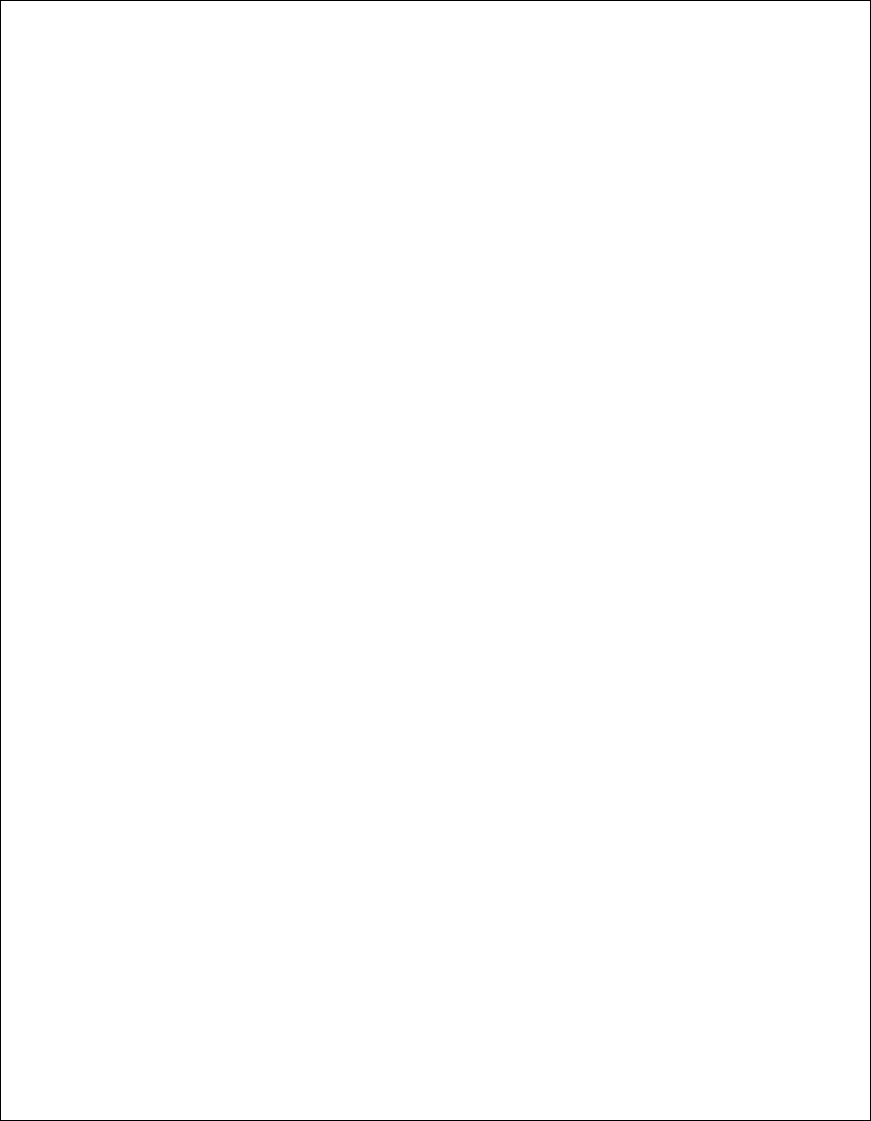
Jemikemi/Inventory-Sys-SENG-302 keeps this draw.io diagram as Diagrams/class-item.drawio.png. Above is the earlier version. Source tidied: cells renumbered, new cells last; positions are measured from the earlier drawing's top-left corner, leaving out a move shared by most shapes. Its diagram source:
```xml
<mxGraphModel>
  <root>
    <mxCell id="0" />
    <mxCell id="1" parent="0" />
    <mxCell id="2" style="rounded=0;whiteSpace=wrap;html=1;" parent="1" vertex="1">
      <mxGeometry width="870" height="1120" as="geometry" />
    </mxCell>
  </root>
</mxGraphModel>
```
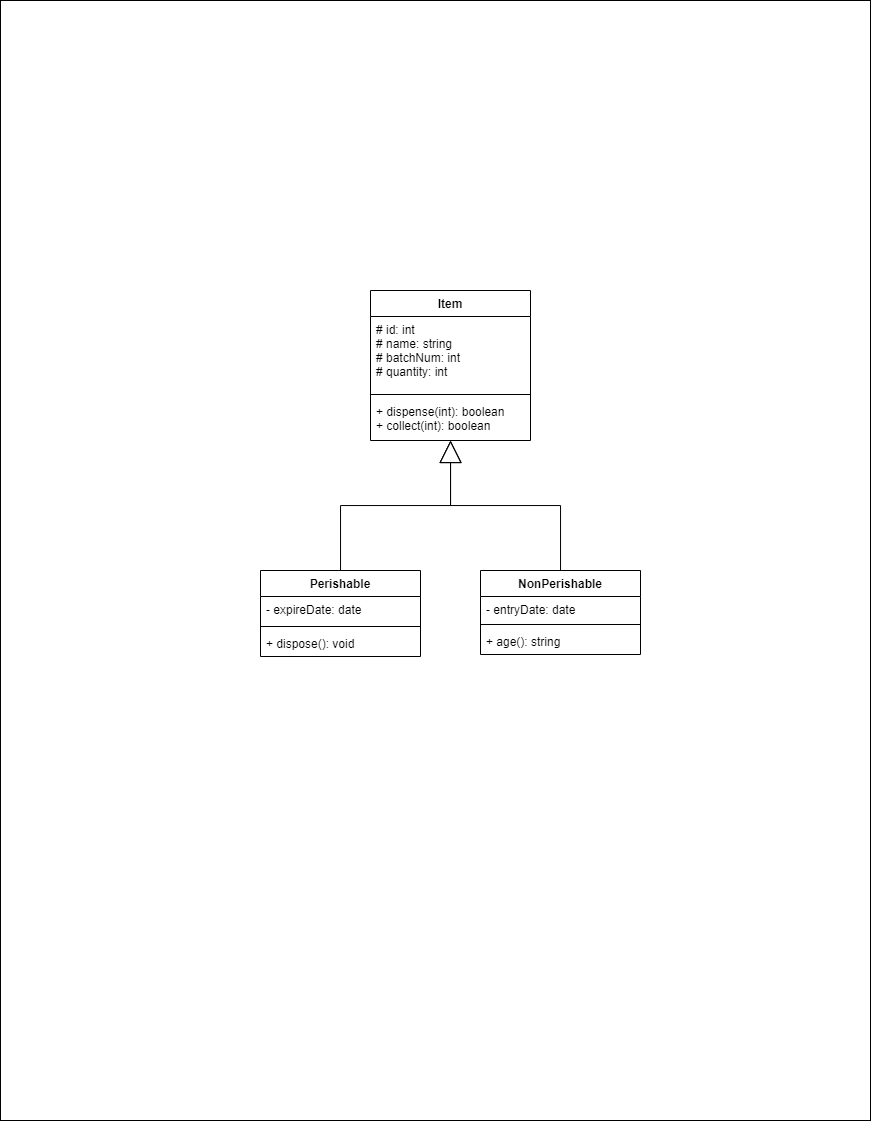
After the change.

Commit message:
Created items class diagram

Diff of the diagram source:
```diff
@@ -5,5 +5,47 @@
     <mxCell id="2" style="rounded=0;whiteSpace=wrap;html=1;" parent="1" vertex="1">
       <mxGeometry width="870" height="1120" as="geometry" />
     </mxCell>
+    <mxCell id="3" value="Item" style="swimlane;fontStyle=1;align=center;verticalAlign=top;horizontal=1;startSize=26;" parent="1" vertex="1">
+      <mxGeometry x="370" y="290" width="160" height="150" as="geometry" />
+    </mxCell>
+    <mxCell id="4" value="# id: int&#10;# name: string&#10;# batchNum: int&#10;# quantity: int" style="text;strokeColor=none;fillColor=none;align=left;verticalAlign=top;spacingLeft=4;spacingRight=4;overflow=hidden;" parent="3" vertex="1">
+      <mxGeometry y="26" width="160" height="74" as="geometry" />
+    </mxCell>
+    <mxCell id="5" style="line;strokeWidth=1;fillColor=none;align=left;verticalAlign=middle;spacingTop=-1;spacingLeft=3;spacingRight=3;labelPosition=right;" parent="3" vertex="1">
+      <mxGeometry y="100" width="160" height="8" as="geometry" />
+    </mxCell>
+    <mxCell id="6" value="+ dispense(int): boolean&#10;+ collect(int): boolean" style="text;strokeColor=none;fillColor=none;align=left;verticalAlign=top;spacingLeft=4;spacingRight=4;overflow=hidden;" parent="3" vertex="1">
+      <mxGeometry y="108" width="160" height="42" as="geometry" />
+    </mxCell>
+    <mxCell id="7" style="edgeStyle=orthogonalEdgeStyle;html=1;endArrow=block;endFill=0;endSize=20;rounded=0;" parent="1" edge="1" source="8" target="3">
+      <mxGeometry relative="1" as="geometry" />
+    </mxCell>
+    <mxCell id="8" value="Perishable" style="swimlane;fontStyle=1;align=center;verticalAlign=top;horizontal=1;startSize=26;" parent="1" vertex="1">
+      <mxGeometry x="260" y="570" width="160" height="86" as="geometry" />
+    </mxCell>
+    <mxCell id="9" value="- expireDate: date" style="text;strokeColor=none;fillColor=none;align=left;verticalAlign=top;spacingLeft=4;spacingRight=4;overflow=hidden;" parent="8" vertex="1">
+      <mxGeometry y="26" width="160" height="26" as="geometry" />
+    </mxCell>
+    <mxCell id="10" style="line;strokeWidth=1;fillColor=none;align=left;verticalAlign=middle;spacingTop=-1;spacingLeft=3;spacingRight=3;labelPosition=right;" parent="8" vertex="1">
+      <mxGeometry y="52" width="160" height="8" as="geometry" />
+    </mxCell>
+    <mxCell id="11" value="+ dispose(): void" style="text;strokeColor=none;fillColor=none;align=left;verticalAlign=top;spacingLeft=4;spacingRight=4;overflow=hidden;horizontal=1;" parent="8" vertex="1">
+      <mxGeometry y="60" width="160" height="26" as="geometry" />
+    </mxCell>
+    <mxCell id="12" style="edgeStyle=orthogonalEdgeStyle;rounded=0;html=1;endArrow=block;endFill=0;endSize=20;" parent="1" edge="1" source="13" target="3">
+      <mxGeometry relative="1" as="geometry" />
+    </mxCell>
+    <mxCell id="13" value="NonPerishable" style="swimlane;fontStyle=1;align=center;verticalAlign=top;horizontal=1;startSize=26;" parent="1" vertex="1">
+      <mxGeometry x="480" y="570" width="160" height="84" as="geometry" />
+    </mxCell>
+    <mxCell id="14" value="- entryDate: date" style="text;strokeColor=none;fillColor=none;align=left;verticalAlign=top;spacingLeft=4;spacingRight=4;overflow=hidden;" parent="13" vertex="1">
+      <mxGeometry y="26" width="160" height="24" as="geometry" />
+    </mxCell>
+    <mxCell id="15" style="line;strokeWidth=1;fillColor=none;align=left;verticalAlign=middle;spacingTop=-1;spacingLeft=3;spacingRight=3;labelPosition=right;" parent="13" vertex="1">
+      <mxGeometry y="50" width="160" height="8" as="geometry" />
+    </mxCell>
+    <mxCell id="16" value="+ age(): string" style="text;strokeColor=none;fillColor=none;align=left;verticalAlign=top;spacingLeft=4;spacingRight=4;overflow=hidden;" parent="13" vertex="1">
+      <mxGeometry y="58" width="160" height="26" as="geometry" />
+    </mxCell>
   </root>
 </mxGraphModel>
```
